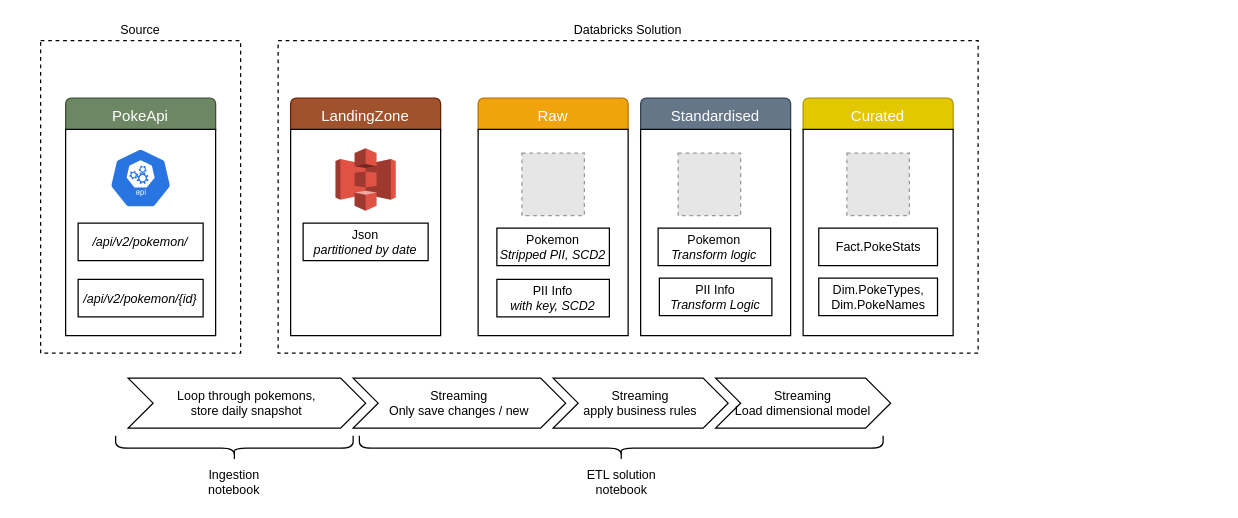
Before: page "Solution Design" (1 of 3) of PokemonCase Solution Design.drawio in SorenKoelbaek/PokemonCase, a draw.io diagram. Source tidied: cells renumbered, new cells numbered last; positions are measured from the earlier drawing's top-left corner, leaving out a move shared by most shapes. Both pictures are drawn from the tidied source at 125%, with x=0, y=0 at pixel (40, 40). Pictures stored in the file or linked from it are replaced by grey dashed boxes.
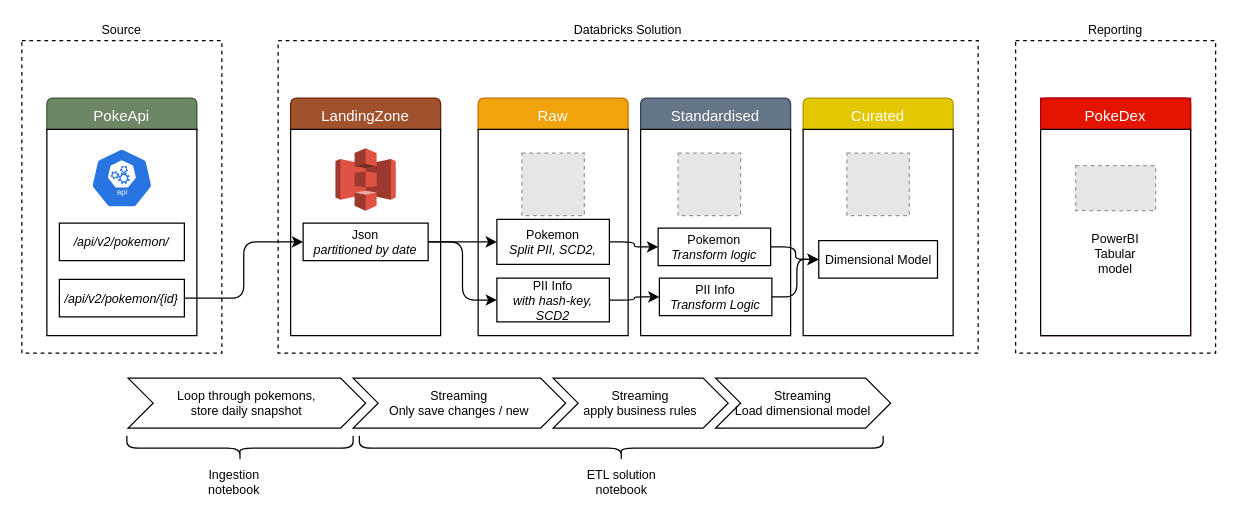
After the change.

Commit message (it also covers changes not shown here):
Updated solution design and pokedex

The change refers to these unchanged cells:
```xml
<mxCell id="14" value="Json&lt;br&gt;&lt;i&gt;partitioned by date&lt;/i&gt;" style="rounded=0;whiteSpace=wrap;html=1;fontSize=10;" parent="10" vertex="1">
  <mxGeometry x="10" y="100" width="100" height="30" as="geometry" />
</mxCell>
<mxCell id="15" style="group;" parent="1" vertex="1">
  <mxGeometry x="350" y="46" width="120" height="190" as="geometry" />
</mxCell>
<mxCell id="24" value="Pokemon&lt;br&gt;&lt;i&gt;Transform logic&lt;/i&gt;" style="rounded=0;whiteSpace=wrap;html=1;fillColor=none;fontSize=10;" parent="21" vertex="1">
  <mxGeometry x="14" y="104" width="90" height="30" as="geometry" />
</mxCell>
<mxCell id="26" value="PII Info&lt;br&gt;&lt;i&gt;Transform Logic&lt;/i&gt;" style="rounded=0;whiteSpace=wrap;html=1;fillColor=none;fontSize=10;" parent="21" vertex="1">
  <mxGeometry x="15" y="144" width="90" height="30" as="geometry" />
</mxCell>
<mxCell id="27" style="group;" parent="1" vertex="1">
  <mxGeometry x="610" y="46" width="120" height="190" as="geometry" />
</mxCell>
```

The edit, as a diff of the source:
```diff
@@
     <mxCell id="2" value="Source" style="rounded=0;whiteSpace=wrap;html=1;fontSize=10;fillColor=none;dashed=1;labelPosition=center;verticalLabelPosition=top;align=center;verticalAlign=bottom;" parent="1" vertex="1">
-      <mxGeometry width="160" height="250" as="geometry" />
+      <mxGeometry x="-15" width="160" height="250" as="geometry" />
     </mxCell>
@@
     <mxCell id="4" style="group;" parent="1" vertex="1">
-      <mxGeometry x="20" y="46" width="120" height="190" as="geometry" />
+      <mxGeometry x="5" y="46" width="120" height="190" as="geometry" />
     </mxCell>
@@
     <mxCell id="7" style="html=1;dashed=0;whitespace=wrap;fillColor=#2875E2;strokeColor=#ffffff;shape=mxgraph.kubernetes.icon;prIcon=api;" parent="1" vertex="1">
-      <mxGeometry x="55" y="86" width="50" height="48" as="geometry" />
+      <mxGeometry x="40" y="86" width="50" height="48" as="geometry" />
     </mxCell>
     <mxCell id="8" value="/api/v2/pokemon/" style="rounded=0;whiteSpace=wrap;html=1;fontSize=10;fontStyle=2;" parent="1" vertex="1">
-      <mxGeometry x="30" y="146" width="100" height="30" as="geometry" />
+      <mxGeometry x="15" y="146" width="100" height="30" as="geometry" />
     </mxCell>
     <mxCell id="9" value="/api/v2/pokemon/{id}" style="rounded=0;whiteSpace=wrap;html=1;fontSize=10;fontStyle=2;" parent="1" vertex="1">
-      <mxGeometry x="30" y="191" width="100" height="30" as="geometry" />
+      <mxGeometry x="15" y="191" width="100" height="30" as="geometry" />
     </mxCell>
@@
-    <mxCell id="19" value="Pokemon&lt;br&gt;&lt;i&gt;Stripped PII, SCD2&lt;/i&gt;" style="rounded=0;whiteSpace=wrap;html=1;fillColor=none;fontSize=10;" parent="15" vertex="1">
-      <mxGeometry x="15" y="104" width="90" height="30" as="geometry" />
+    <mxCell id="19" value="Pokemon&lt;br&gt;&lt;i&gt;Split PII, SCD2,&lt;/i&gt;" style="rounded=0;whiteSpace=wrap;html=1;fillColor=none;fontSize=10;" parent="15" vertex="1">
+      <mxGeometry x="15" y="97" width="90" height="36" as="geometry" />
     </mxCell>
-    <mxCell id="20" value="PII Info&lt;br&gt;&lt;i&gt;with key, SCD2&lt;/i&gt;" style="rounded=0;whiteSpace=wrap;html=1;fillColor=none;fontSize=10;" parent="15" vertex="1">
-      <mxGeometry x="15" y="145" width="90" height="30" as="geometry" />
+    <mxCell id="20" value="PII Info&lt;br&gt;&lt;i&gt;with hash-key, SCD2&lt;/i&gt;" style="rounded=0;whiteSpace=wrap;html=1;fillColor=none;fontSize=10;" parent="15" vertex="1">
+      <mxGeometry x="15" y="144" width="90" height="35" as="geometry" />
     </mxCell>
@@
-    <mxCell id="31" value="Fact.PokeStats" style="rounded=0;whiteSpace=wrap;html=1;fillColor=none;fontSize=10;" parent="27" vertex="1">
-      <mxGeometry x="12.5" y="104" width="95" height="30" as="geometry" />
+    <mxCell id="31" value="Dimensional Model" style="rounded=0;whiteSpace=wrap;html=1;fillColor=none;fontSize=10;" parent="27" vertex="1">
+      <mxGeometry x="12.5" y="114" width="95" height="30" as="geometry" />
     </mxCell>
-    <mxCell id="32" value="Dim.PokeTypes, Dim.PokeNames" style="rounded=0;whiteSpace=wrap;html=1;fillColor=none;fontSize=10;" parent="27" vertex="1">
-      <mxGeometry x="12.5" y="144" width="95" height="30" as="geometry" />
-    </mxCell>
@@
     <mxCell id="39" style="shape=curlyBracket;whiteSpace=wrap;html=1;rounded=1;fillColor=none;fontSize=10;rotation=-90;" parent="1" vertex="1">
-      <mxGeometry x="145" y="231" width="20" height="190" as="geometry" />
+      <mxGeometry x="149.5" y="235.5" width="20" height="181" as="geometry" />
     </mxCell>
@@
+    <mxCell id="41" style="edgeStyle=orthogonalEdgeStyle;rounded=1;sketch=0;jettySize=auto;html=1;entryX=0;entryY=0.5;entryDx=0;entryDy=0;shadow=0;strokeWidth=1;fontSize=10;" parent="1" edge="1" source="14" target="19">
+      <mxGeometry relative="1" as="geometry" />
+    </mxCell>
+    <mxCell id="42" style="edgeStyle=orthogonalEdgeStyle;rounded=1;sketch=0;jettySize=auto;html=1;entryX=0;entryY=0.5;entryDx=0;entryDy=0;shadow=0;strokeWidth=1;fontSize=10;" parent="1" edge="1" source="14" target="20">
+      <mxGeometry relative="1" as="geometry" />
+    </mxCell>
+    <mxCell id="43" style="edgeStyle=orthogonalEdgeStyle;rounded=1;sketch=0;jettySize=auto;html=1;entryX=0;entryY=0.5;entryDx=0;entryDy=0;shadow=0;strokeWidth=1;fontSize=10;" parent="1" edge="1" source="19" target="24">
+      <mxGeometry relative="1" as="geometry" />
+    </mxCell>
+    <mxCell id="44" style="edgeStyle=orthogonalEdgeStyle;rounded=1;sketch=0;jettySize=auto;html=1;entryX=0;entryY=0.5;entryDx=0;entryDy=0;shadow=0;strokeWidth=1;fontSize=10;" parent="1" edge="1" source="20" target="26">
+      <mxGeometry relative="1" as="geometry" />
+    </mxCell>
+    <mxCell id="45" style="edgeStyle=orthogonalEdgeStyle;rounded=1;sketch=0;jettySize=auto;html=1;shadow=0;strokeWidth=1;fontSize=10;" parent="1" edge="1" source="24" target="31">
+      <mxGeometry relative="1" as="geometry" />
+    </mxCell>
+    <mxCell id="46" style="edgeStyle=orthogonalEdgeStyle;rounded=1;sketch=0;jettySize=auto;html=1;shadow=0;strokeWidth=1;fontSize=10;" parent="1" edge="1" source="26" target="31">
+      <mxGeometry relative="1" as="geometry" />
+    </mxCell>
+    <mxCell id="47" style="edgeStyle=orthogonalEdgeStyle;rounded=1;sketch=0;jettySize=auto;html=1;entryX=0;entryY=0.5;entryDx=0;entryDy=0;shadow=0;strokeWidth=1;fontSize=10;" parent="1" edge="1" source="9" target="14">
+      <mxGeometry relative="1" as="geometry" />
+    </mxCell>
+    <mxCell id="48" value="Reporting" style="rounded=0;whiteSpace=wrap;html=1;fontSize=10;fillColor=none;dashed=1;labelPosition=center;verticalLabelPosition=top;align=center;verticalAlign=bottom;" parent="1" vertex="1">
+      <mxGeometry x="780" width="160" height="250" as="geometry" />
+    </mxCell>
+    <mxCell id="49" style="group;fillColor=#e51400;strokeColor=#B20000;fontColor=#ffffff;" parent="1" vertex="1">
+      <mxGeometry x="800" y="46" width="120" height="190" as="geometry" />
+    </mxCell>
+    <mxCell id="50" value="PokeDex" style="rounded=1;whiteSpace=wrap;html=1;fillColor=#e51400;strokeColor=#B20000;fontColor=#ffffff;" parent="49" vertex="1">
+      <mxGeometry width="120" height="30" as="geometry" />
+    </mxCell>
+    <mxCell id="51" style="rounded=0;whiteSpace=wrap;html=1;" parent="49" vertex="1">
+      <mxGeometry y="25" width="120" height="165" as="geometry" />
+    </mxCell>
+    <mxCell id="52" style="fillColor=#E6E6E6;strokeColor=#999999;dashed=1;" parent="49" vertex="1">
+      <mxGeometry x="28" y="54" width="64" height="36" as="geometry" />
+    </mxCell>
+    <mxCell id="53" value="PowerBI&lt;br&gt;Tabular model" style="text;html=1;strokeColor=none;fillColor=none;align=center;verticalAlign=middle;whiteSpace=wrap;rounded=0;fontSize=10;" parent="49" vertex="1">
+      <mxGeometry x="40" y="114" width="40" height="20" as="geometry" />
+    </mxCell>
```
